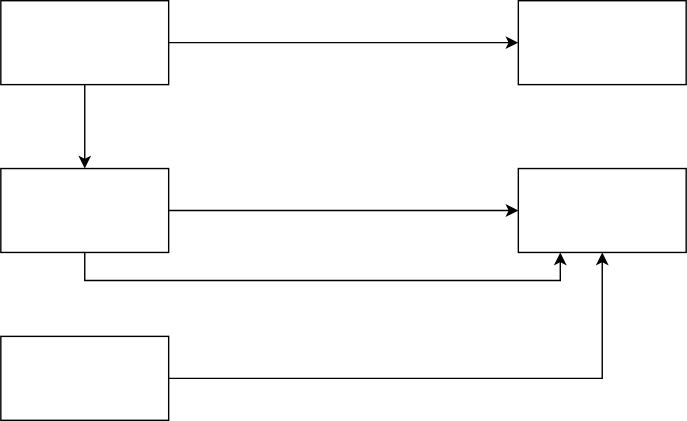
Before: Untitled Diagram.drawio.svg, a diagram exported from draw.io (koshirohashimoto/udacity_cpp_nanodegree). Source tidied: cells renumbered, new cells last; positions are measured from the earlier drawing's top-left corner, leaving out a move shared by most shapes.
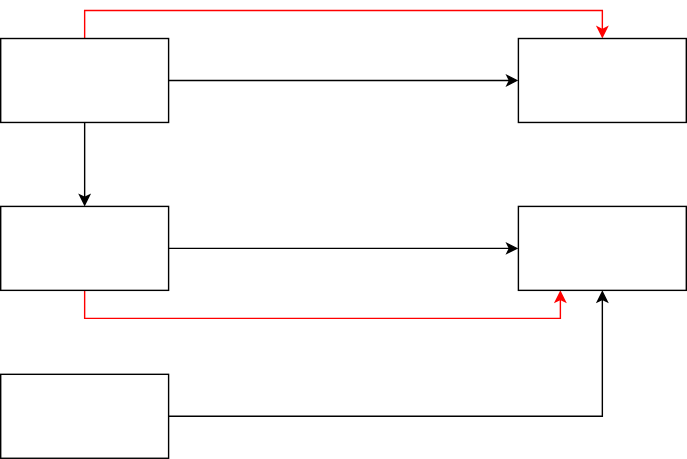
After the change.

The edit, as a diff of the source:
```diff
@@ -8,13 +8,16 @@
     <mxCell id="3" style="edgeStyle=orthogonalEdgeStyle;rounded=0;jettySize=auto;html=1;exitX=0.5;exitY=1;exitDx=0;exitDy=0;entryX=0.5;entryY=0;entryDx=0;entryDy=0;" parent="1" edge="1" source="4" target="7">
       <mxGeometry relative="1" as="geometry" />
     </mxCell>
+    <mxCell id="12" style="edgeStyle=orthogonalEdgeStyle;rounded=0;jettySize=auto;html=1;exitX=0.5;exitY=0;exitDx=0;exitDy=0;entryX=0.5;entryY=0;entryDx=0;entryDy=0;strokeColor=#FF0000;" parent="1" edge="1" source="4" target="10">
+      <mxGeometry relative="1" as="geometry" />
+    </mxCell>
     <mxCell id="4" style="whiteSpace=wrap;html=1;" parent="1" vertex="1">
       <mxGeometry width="120" height="60" as="geometry" />
     </mxCell>
     <mxCell id="5" style="edgeStyle=orthogonalEdgeStyle;rounded=0;jettySize=auto;html=1;exitX=1;exitY=0.5;exitDx=0;exitDy=0;entryX=0;entryY=0.5;entryDx=0;entryDy=0;" parent="1" edge="1" source="7" target="11">
       <mxGeometry relative="1" as="geometry" />
     </mxCell>
-    <mxCell id="6" style="edgeStyle=orthogonalEdgeStyle;rounded=0;jettySize=auto;html=1;exitX=0.5;exitY=1;exitDx=0;exitDy=0;entryX=0.25;entryY=1;entryDx=0;entryDy=0;" parent="1" edge="1" source="7" target="11">
+    <mxCell id="6" style="edgeStyle=orthogonalEdgeStyle;rounded=0;jettySize=auto;html=1;exitX=0.5;exitY=1;exitDx=0;exitDy=0;entryX=0.25;entryY=1;entryDx=0;entryDy=0;strokeColor=#FF0000;" parent="1" edge="1" source="7" target="11">
       <mxGeometry relative="1" as="geometry" />
     </mxCell>
     <mxCell id="7" style="whiteSpace=wrap;html=1;" parent="1" vertex="1">
```
